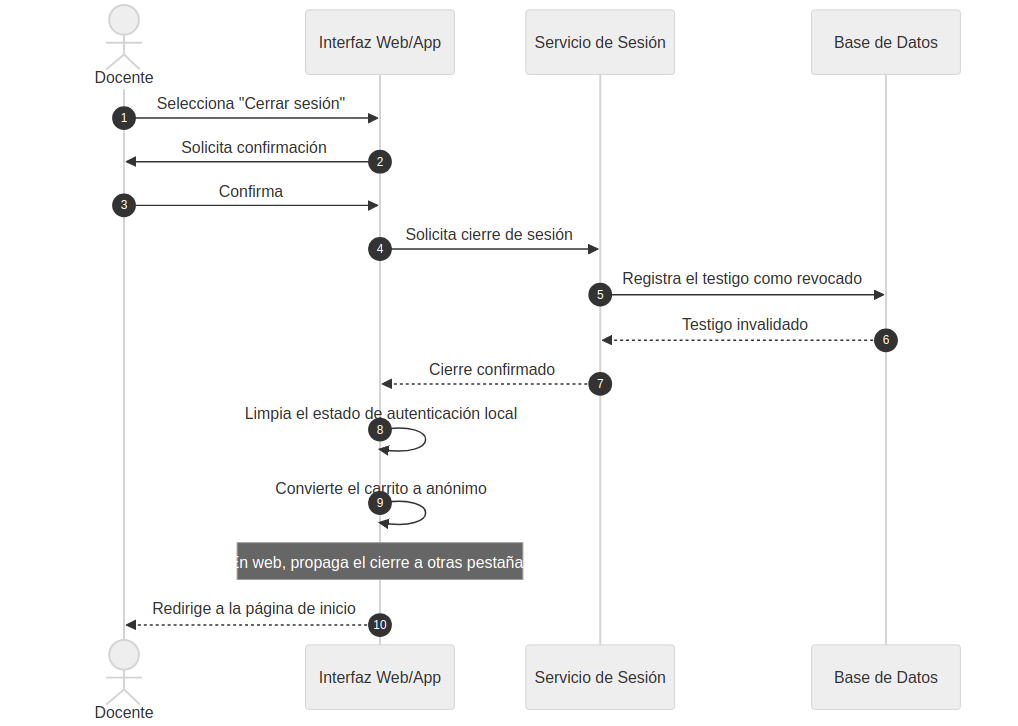
This is docs/04-diagramas-uml/identidad/cu03_seq.png from EXCOFFee/acalud, a Mermaid export, as it was before one commit. Its source is kept beside it as docs/04-diagramas-uml/identidad/cu03_seq.mmd.
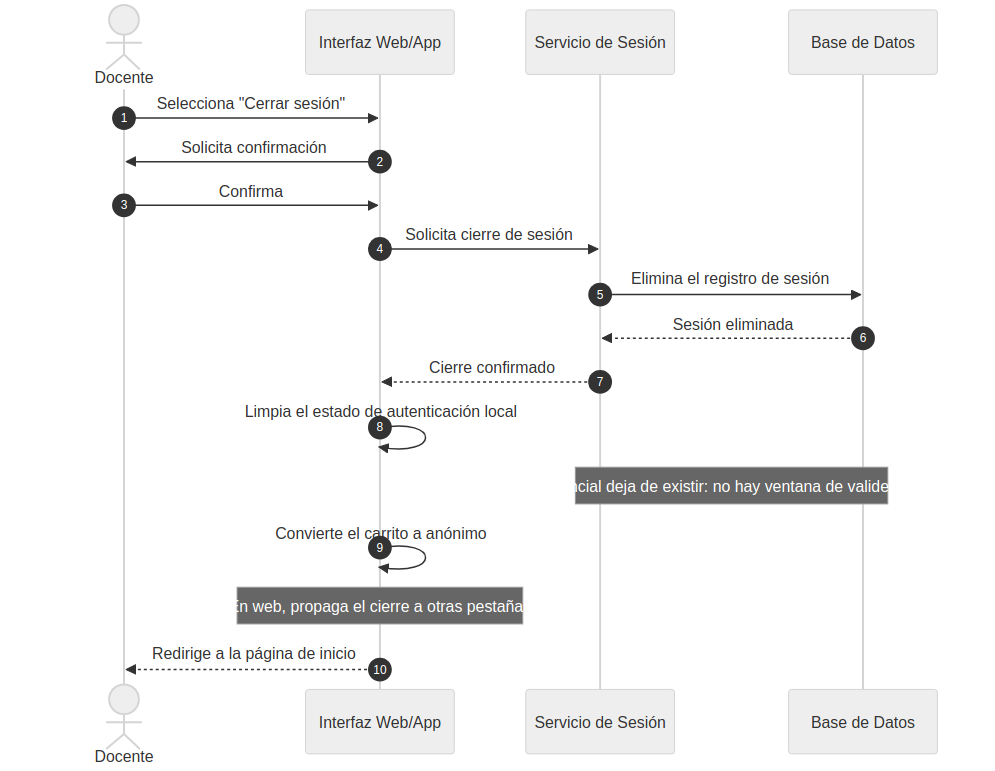
Later version of the same file.

Diff of the diagram source:
```diff
@@ -9,10 +9,11 @@
     W->>D: Solicita confirmación
     D->>W: Confirma
     W->>API: Solicita cierre de sesión
-    API->>DB: Registra el testigo como revocado
-    DB-->>API: Testigo invalidado
+    API->>DB: Elimina el registro de sesión
+    DB-->>API: Sesión eliminada
     API-->>W: Cierre confirmado
     W->>W: Limpia el estado de autenticación local
+    Note over API,DB: La credencial deja de existir: no hay ventana de validez residual
     W->>W: Convierte el carrito a anónimo
     Note over W: En web, propaga el cierre a otras pestañas
     W-->>D: Redirige a la página de inicio
```
